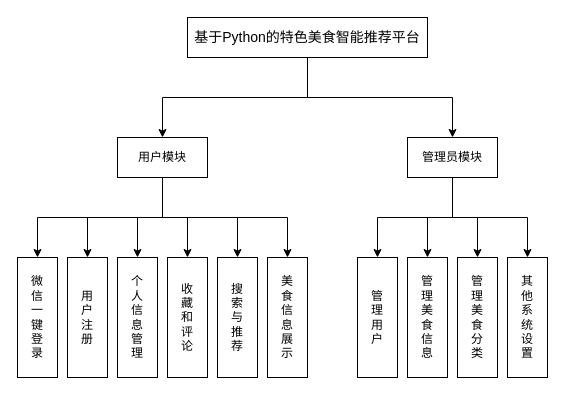
asharca/drawio keeps this draw.io diagram as food_struct.drawio. Above is the earlier version. Source tidied: cells renumbered, new cells numbered last; positions are measured from the earlier drawing's top-left corner, leaving out a move shared by most shapes. Both pictures are drawn from the tidied source at 100%, with x=0, y=0 at pixel (17, 17).
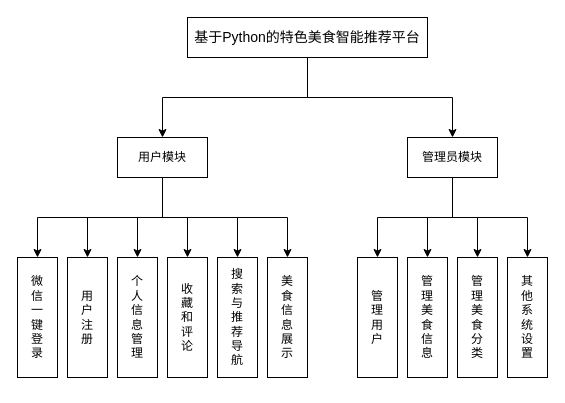
After the change.

What changed in the source:
```diff
@@
-    <mxCell id="26" value="搜&lt;div&gt;索&lt;/div&gt;&lt;div&gt;与&lt;/div&gt;&lt;div&gt;推&lt;/div&gt;&lt;div&gt;荐&lt;/div&gt;" style="whiteSpace=wrap;html=1;rounded=0;" parent="1" vertex="1">
+    <mxCell id="26" value="搜&lt;div&gt;索&lt;/div&gt;&lt;div&gt;与&lt;/div&gt;&lt;div&gt;推&lt;/div&gt;&lt;div&gt;荐&lt;/div&gt;&lt;div&gt;导&lt;/div&gt;&lt;div&gt;航&lt;/div&gt;" style="whiteSpace=wrap;html=1;rounded=0;" parent="1" vertex="1">
       <mxGeometry x="200" y="240" width="40" height="120" as="geometry" />
     </mxCell>
```
